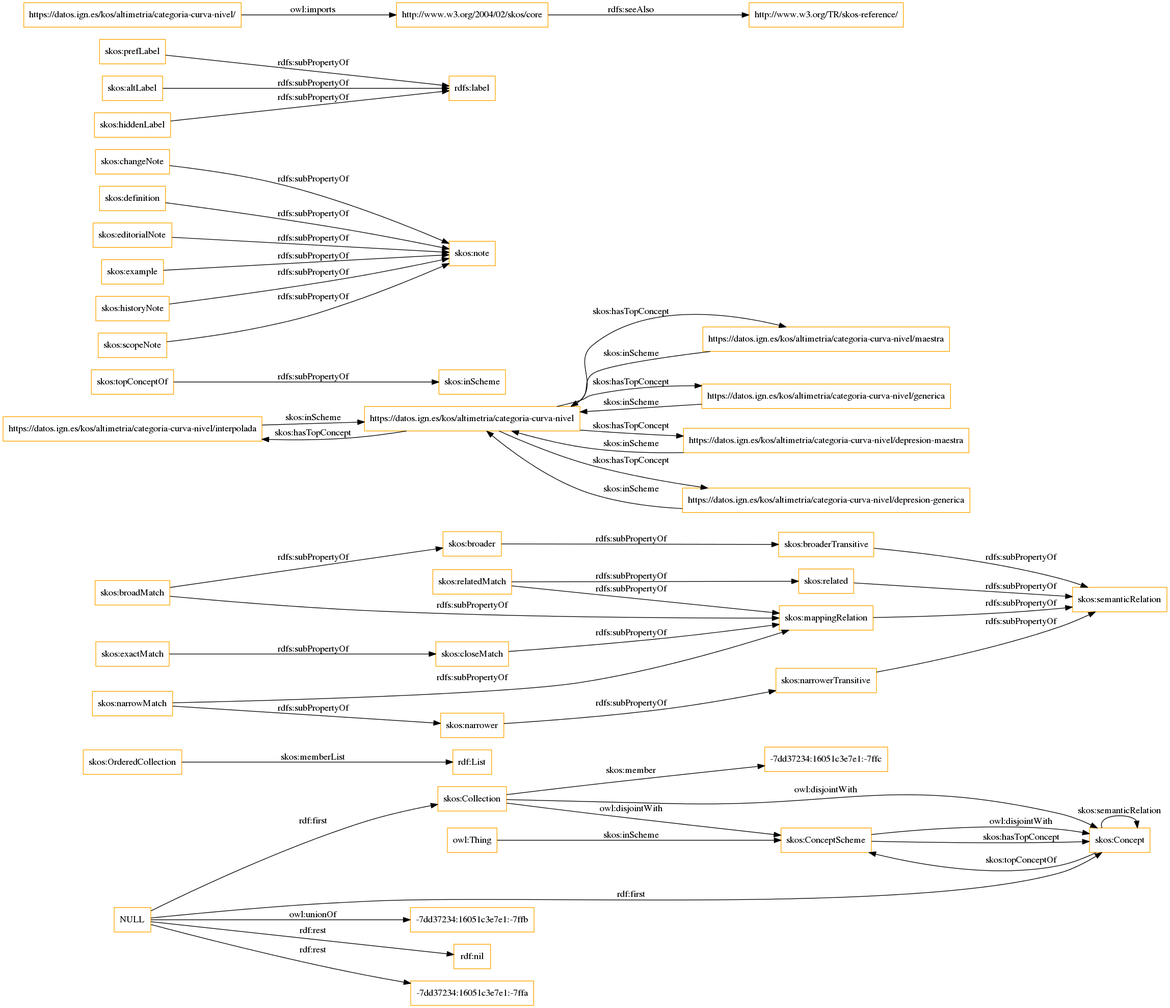
Before: OnToology/thesaurus/categoria-curva-nivel.owl/diagrams/ar2dtool-class/categoria-curva-nivel.owl.png, a diagram exported from Graphviz (oeg-upm/ontology-BTN100). Its source is kept beside it as OnToology/thesaurus/categoria-curva-nivel.owl/diagrams/ar2dtool-class/categoria-curva-nivel.owl.png.dot. Source of this version:
```dot
digraph ar2dtool_diagram {
rankdir=LR;
size="1501"
node [shape = rectangle, color="orange"]; "-7dd37234:16051c3e7e1:-7ffc" "skos:OrderedCollection" "skos:Collection" "skos:ConceptScheme" "skos:Concept" ; /*classes style*/
	"skos:narrowerTransitive" -> "skos:semanticRelation" [ label = "rdfs:subPropertyOf" ];
	"NULL" -> "-7dd37234:16051c3e7e1:-7ffb" [ label = "owl:unionOf" ];
	"NULL" -> "rdf:nil" [ label = "rdf:rest" ];
	"NULL" -> "skos:Collection" [ label = "rdf:first" ];
	"NULL" -> "-7dd37234:16051c3e7e1:-7ffa" [ label = "rdf:rest" ];
	"NULL" -> "skos:Concept" [ label = "rdf:first" ];
	"skos:closeMatch" -> "skos:mappingRelation" [ label = "rdfs:subPropertyOf" ];
	"https://datos.ign.es/kos/altimetria/categoria-curva-nivel/interpolada" -> "https://datos.ign.es/kos/altimetria/categoria-curva-nivel" [ label = "skos:inScheme" ];
	"skos:topConceptOf" -> "skos:inScheme" [ label = "rdfs:subPropertyOf" ];
	"skos:relatedMatch" -> "skos:related" [ label = "rdfs:subPropertyOf" ];
	"skos:relatedMatch" -> "skos:mappingRelation" [ label = "rdfs:subPropertyOf" ];
	"skos:ConceptScheme" -> "skos:Concept" [ label = "owl:disjointWith" ];
	"skos:related" -> "skos:semanticRelation" [ label = "rdfs:subPropertyOf" ];
	"https://datos.ign.es/kos/altimetria/categoria-curva-nivel/maestra" -> "https://datos.ign.es/kos/altimetria/categoria-curva-nivel" [ label = "skos:inScheme" ];
	"skos:broadMatch" -> "skos:broader" [ label = "rdfs:subPropertyOf" ];
	"skos:broadMatch" -> "skos:mappingRelation" [ label = "rdfs:subPropertyOf" ];
	"skos:changeNote" -> "skos:note" [ label = "rdfs:subPropertyOf" ];
	"skos:definition" -> "skos:note" [ label = "rdfs:subPropertyOf" ];
	"skos:editorialNote" -> "skos:note" [ label = "rdfs:subPropertyOf" ];
	"skos:example" -> "skos:note" [ label = "rdfs:subPropertyOf" ];
	"https://datos.ign.es/kos/altimetria/categoria-curva-nivel/generica" -> "https://datos.ign.es/kos/altimetria/categoria-curva-nivel" [ label = "skos:inScheme" ];
	"skos:historyNote" -> "skos:note" [ label = "rdfs:subPropertyOf" ];
	"skos:exactMatch" -> "skos:closeMatch" [ label = "rdfs:subPropertyOf" ];
	"skos:prefLabel" -> "rdfs:label" [ label = "rdfs:subPropertyOf" ];
	"https://datos.ign.es/kos/altimetria/categoria-curva-nivel/" -> "http://www.w3.org/2004/02/skos/core" [ label = "owl:imports" ];
	"https://datos.ign.es/kos/altimetria/categoria-curva-nivel" -> "https://datos.ign.es/kos/altimetria/categoria-curva-nivel/maestra" [ label = "skos:hasTopConcept" ];
	"https://datos.ign.es/kos/altimetria/categoria-curva-nivel" -> "https://datos.ign.es/kos/altimetria/categoria-curva-nivel/interpolada" [ label = "skos:hasTopConcept" ];
	"https://datos.ign.es/kos/altimetria/categoria-curva-nivel" -> "https://datos.ign.es/kos/altimetria/categoria-curva-nivel/generica" [ label = "skos:hasTopConcept" ];
	"https://datos.ign.es/kos/altimetria/categoria-curva-nivel" -> "https://datos.ign.es/kos/altimetria/categoria-curva-nivel/depresion-maestra" [ label = "skos:hasTopConcept" ];
	"https://datos.ign.es/kos/altimetria/categoria-curva-nivel" -> "https://datos.ign.es/kos/altimetria/categoria-curva-nivel/depresion-generica" [ label = "skos:hasTopConcept" ];
	"https://datos.ign.es/kos/altimetria/categoria-curva-nivel/depresion-maestra" -> "https://datos.ign.es/kos/altimetria/categoria-curva-nivel" [ label = "skos:inScheme" ];
	"skos:altLabel" -> "rdfs:label" [ label = "rdfs:subPropertyOf" ];
	"skos:broaderTransitive" -> "skos:semanticRelation" [ label = "rdfs:subPropertyOf" ];
	"https://datos.ign.es/kos/altimetria/categoria-curva-nivel/depresion-generica" -> "https://datos.ign.es/kos/altimetria/categoria-curva-nivel" [ label = "skos:inScheme" ];
	"skos:broader" -> "skos:broaderTransitive" [ label = "rdfs:subPropertyOf" ];
	"skos:mappingRelation" -> "skos:semanticRelation" [ label = "rdfs:subPropertyOf" ];
	"skos:hiddenLabel" -> "rdfs:label" [ label = "rdfs:subPropertyOf" ];
	"http://www.w3.org/2004/02/skos/core" -> "http://www.w3.org/TR/skos-reference/" [ label = "rdfs:seeAlso" ];
	"skos:Collection" -> "skos:ConceptScheme" [ label = "owl:disjointWith" ];
	"skos:Collection" -> "skos:Concept" [ label = "owl:disjointWith" ];
	"skos:narrowMatch" -> "skos:narrower" [ label = "rdfs:subPropertyOf" ];
	"skos:narrowMatch" -> "skos:mappingRelation" [ label = "rdfs:subPropertyOf" ];
	"skos:narrower" -> "skos:narrowerTransitive" [ label = "rdfs:subPropertyOf" ];
	"skos:scopeNote" -> "skos:note" [ label = "rdfs:subPropertyOf" ];
	"skos:OrderedCollection" -> "rdf:List" [ label = "skos:memberList" ];
	"skos:Concept" -> "skos:ConceptScheme" [ label = "skos:topConceptOf" ];
	"skos:Concept" -> "skos:Concept" [ label = "skos:semanticRelation" ];
	"skos:Collection" -> "-7dd37234:16051c3e7e1:-7ffc" [ label = "skos:member" ];
	"skos:ConceptScheme" -> "skos:Concept" [ label = "skos:hasTopConcept" ];
	"owl:Thing" -> "skos:ConceptScheme" [ label = "skos:inScheme" ];

}
```
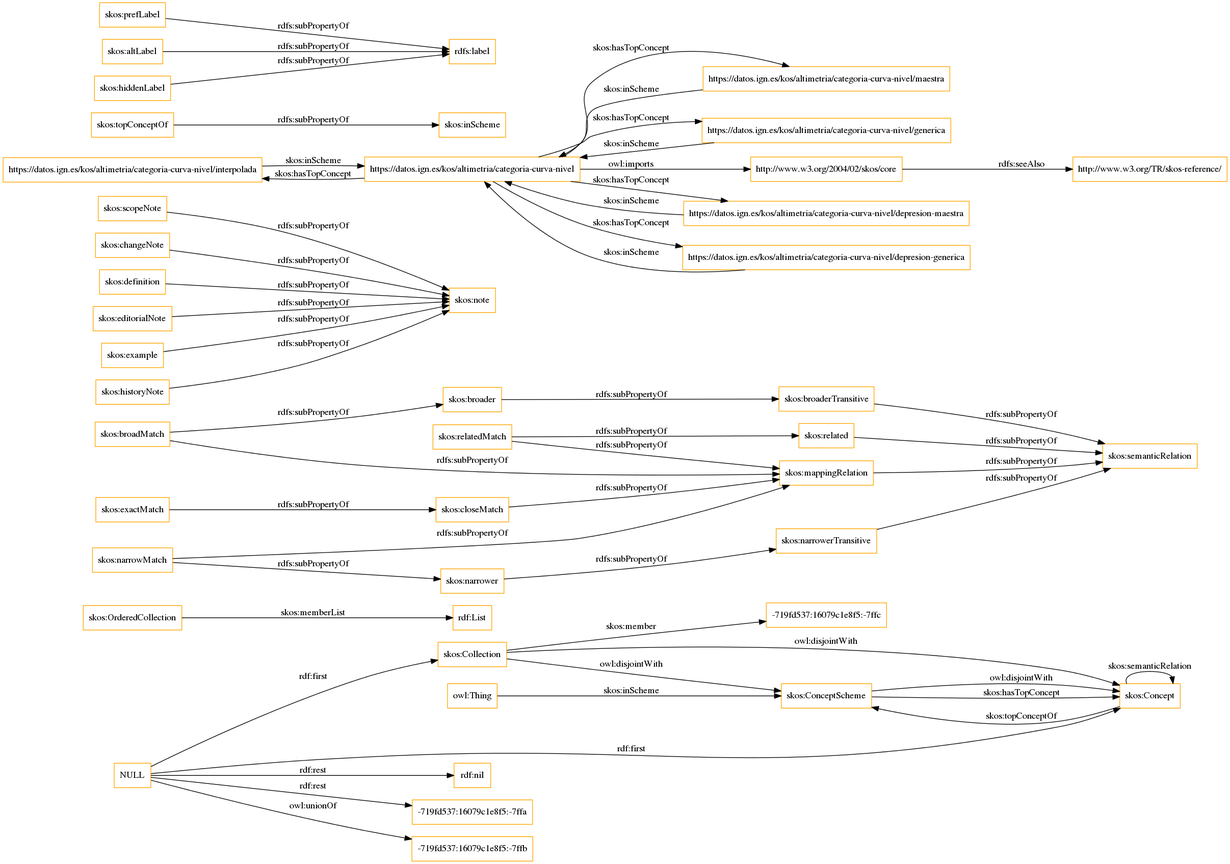
Above is the later version.

The edit, as a diff of the source:
```diff
@@ -1,19 +1,15 @@
 digraph ar2dtool_diagram {
 rankdir=LR;
 size="1501"
-node [shape = rectangle, color="orange"]; "-7dd37234:16051c3e7e1:-7ffc" "skos:OrderedCollection" "skos:Collection" "skos:ConceptScheme" "skos:Concept" ; /*classes style*/
+node [shape = rectangle, color="orange"]; "-719fd537:16079c1e8f5:-7ffc" "skos:OrderedCollection" "skos:Collection" "skos:ConceptScheme" "skos:Concept" ; /*classes style*/
 	"skos:narrowerTransitive" -> "skos:semanticRelation" [ label = "rdfs:subPropertyOf" ];
-	"NULL" -> "-7dd37234:16051c3e7e1:-7ffb" [ label = "owl:unionOf" ];
-	"NULL" -> "rdf:nil" [ label = "rdf:rest" ];
-	"NULL" -> "skos:Collection" [ label = "rdf:first" ];
-	"NULL" -> "-7dd37234:16051c3e7e1:-7ffa" [ label = "rdf:rest" ];
-	"NULL" -> "skos:Concept" [ label = "rdf:first" ];
+	"skos:scopeNote" -> "skos:note" [ label = "rdfs:subPropertyOf" ];
 	"skos:closeMatch" -> "skos:mappingRelation" [ label = "rdfs:subPropertyOf" ];
 	"https://datos.ign.es/kos/altimetria/categoria-curva-nivel/interpolada" -> "https://datos.ign.es/kos/altimetria/categoria-curva-nivel" [ label = "skos:inScheme" ];
-	"skos:topConceptOf" -> "skos:inScheme" [ label = "rdfs:subPropertyOf" ];
+	"skos:ConceptScheme" -> "skos:Concept" [ label = "owl:disjointWith" ];
 	"skos:relatedMatch" -> "skos:related" [ label = "rdfs:subPropertyOf" ];
 	"skos:relatedMatch" -> "skos:mappingRelation" [ label = "rdfs:subPropertyOf" ];
-	"skos:ConceptScheme" -> "skos:Concept" [ label = "owl:disjointWith" ];
+	"skos:topConceptOf" -> "skos:inScheme" [ label = "rdfs:subPropertyOf" ];
 	"skos:related" -> "skos:semanticRelation" [ label = "rdfs:subPropertyOf" ];
 	"https://datos.ign.es/kos/altimetria/categoria-curva-nivel/maestra" -> "https://datos.ign.es/kos/altimetria/categoria-curva-nivel" [ label = "skos:inScheme" ];
 	"skos:broadMatch" -> "skos:broader" [ label = "rdfs:subPropertyOf" ];
@@ -26,12 +22,12 @@
 	"skos:historyNote" -> "skos:note" [ label = "rdfs:subPropertyOf" ];
 	"skos:exactMatch" -> "skos:closeMatch" [ label = "rdfs:subPropertyOf" ];
 	"skos:prefLabel" -> "rdfs:label" [ label = "rdfs:subPropertyOf" ];
-	"https://datos.ign.es/kos/altimetria/categoria-curva-nivel/" -> "http://www.w3.org/2004/02/skos/core" [ label = "owl:imports" ];
+	"https://datos.ign.es/kos/altimetria/categoria-curva-nivel" -> "http://www.w3.org/2004/02/skos/core" [ label = "owl:imports" ];
 	"https://datos.ign.es/kos/altimetria/categoria-curva-nivel" -> "https://datos.ign.es/kos/altimetria/categoria-curva-nivel/maestra" [ label = "skos:hasTopConcept" ];
+	"https://datos.ign.es/kos/altimetria/categoria-curva-nivel" -> "https://datos.ign.es/kos/altimetria/categoria-curva-nivel/depresion-maestra" [ label = "skos:hasTopConcept" ];
 	"https://datos.ign.es/kos/altimetria/categoria-curva-nivel" -> "https://datos.ign.es/kos/altimetria/categoria-curva-nivel/interpolada" [ label = "skos:hasTopConcept" ];
+	"https://datos.ign.es/kos/altimetria/categoria-curva-nivel" -> "https://datos.ign.es/kos/altimetria/categoria-curva-nivel/depresion-generica" [ label = "skos:hasTopConcept" ];
 	"https://datos.ign.es/kos/altimetria/categoria-curva-nivel" -> "https://datos.ign.es/kos/altimetria/categoria-curva-nivel/generica" [ label = "skos:hasTopConcept" ];
-	"https://datos.ign.es/kos/altimetria/categoria-curva-nivel" -> "https://datos.ign.es/kos/altimetria/categoria-curva-nivel/depresion-maestra" [ label = "skos:hasTopConcept" ];
-	"https://datos.ign.es/kos/altimetria/categoria-curva-nivel" -> "https://datos.ign.es/kos/altimetria/categoria-curva-nivel/depresion-generica" [ label = "skos:hasTopConcept" ];
 	"https://datos.ign.es/kos/altimetria/categoria-curva-nivel/depresion-maestra" -> "https://datos.ign.es/kos/altimetria/categoria-curva-nivel" [ label = "skos:inScheme" ];
 	"skos:altLabel" -> "rdfs:label" [ label = "rdfs:subPropertyOf" ];
 	"skos:broaderTransitive" -> "skos:semanticRelation" [ label = "rdfs:subPropertyOf" ];
@@ -45,11 +41,15 @@
 	"skos:narrowMatch" -> "skos:narrower" [ label = "rdfs:subPropertyOf" ];
 	"skos:narrowMatch" -> "skos:mappingRelation" [ label = "rdfs:subPropertyOf" ];
 	"skos:narrower" -> "skos:narrowerTransitive" [ label = "rdfs:subPropertyOf" ];
-	"skos:scopeNote" -> "skos:note" [ label = "rdfs:subPropertyOf" ];
+	"NULL" -> "rdf:nil" [ label = "rdf:rest" ];
+	"NULL" -> "skos:Collection" [ label = "rdf:first" ];
+	"NULL" -> "-719fd537:16079c1e8f5:-7ffa" [ label = "rdf:rest" ];
+	"NULL" -> "skos:Concept" [ label = "rdf:first" ];
+	"NULL" -> "-719fd537:16079c1e8f5:-7ffb" [ label = "owl:unionOf" ];
 	"skos:OrderedCollection" -> "rdf:List" [ label = "skos:memberList" ];
 	"skos:Concept" -> "skos:ConceptScheme" [ label = "skos:topConceptOf" ];
 	"skos:Concept" -> "skos:Concept" [ label = "skos:semanticRelation" ];
-	"skos:Collection" -> "-7dd37234:16051c3e7e1:-7ffc" [ label = "skos:member" ];
+	"skos:Collection" -> "-719fd537:16079c1e8f5:-7ffc" [ label = "skos:member" ];
 	"skos:ConceptScheme" -> "skos:Concept" [ label = "skos:hasTopConcept" ];
 	"owl:Thing" -> "skos:ConceptScheme" [ label = "skos:inScheme" ];
 
```
